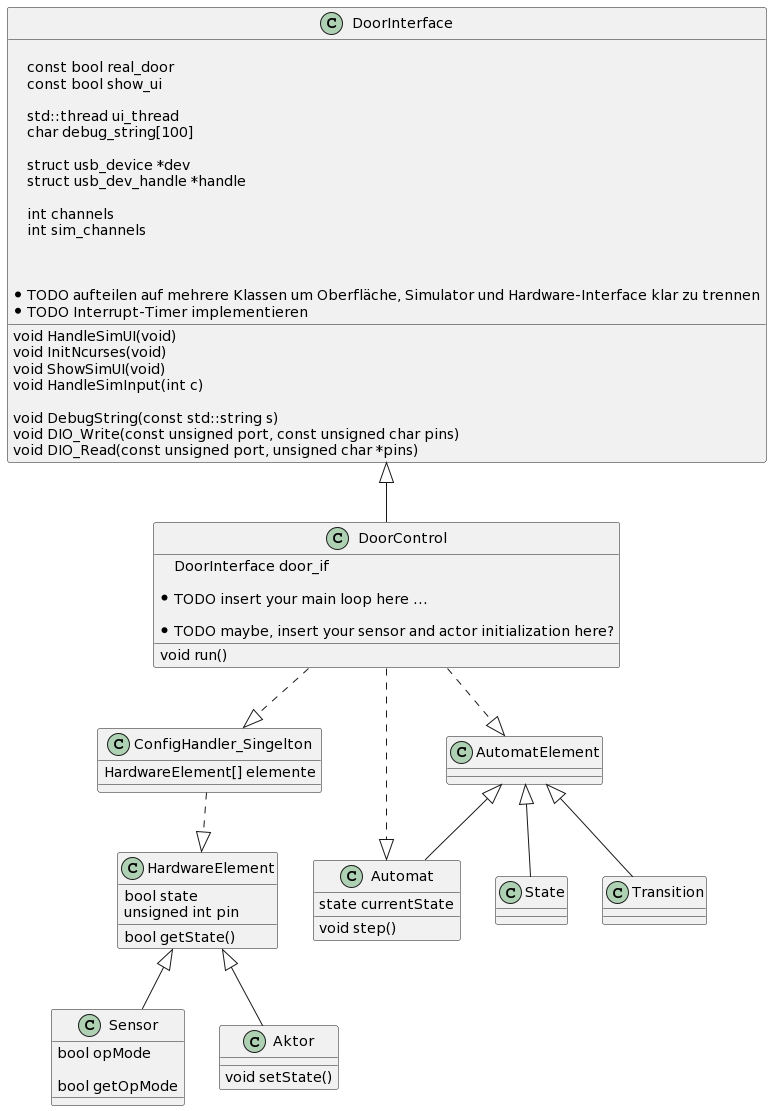
This is Workspace_ART1-Tuersteuerung_2022.05/Tuersteuerung/UML/ClassDiagram.png from duha887b/ART-1_Tuersteuerung, a PlantUML export, as it was before one commit. Source of this version:
```plantuml
@startuml
class DoorInterface{


const bool real_door
const bool show_ui

std::thread ui_thread
char debug_string[100]

struct usb_device *dev
struct usb_dev_handle *handle

int channels
int sim_channels

void HandleSimUI(void)
void InitNcurses(void)
void ShowSimUI(void)
void HandleSimInput(int c)

void DebugString(const std::string s)
void DIO_Write(const unsigned port, const unsigned char pins)
void DIO_Read(const unsigned port, unsigned char *pins)

 * TODO aufteilen auf mehrere Klassen um Oberfläche, Simulator und Hardware-Interface klar zu trennen
 * TODO Interrupt-Timer implementieren

}

class DoorControl {

DoorInterface door_if

void run()
*TODO insert your main loop here ...

*TODO maybe, insert your sensor and actor initialization here?

}
 class ConfigHandler_Singelton {

HardwareElement[] elemente


}

class HardwareElement{

bool state
unsigned int pin

bool getState()


}

class Sensor {

bool opMode

bool getOpMode

}

class Aktor{

void setState()

}


class Automat {

state currentState

void step()


}

class AutomatElement{

}

class State{

}

class Transition{

}


DoorInterface <|-- DoorControl
AutomatElement <|-- Automat
AutomatElement <|-- State
AutomatElement <|-- Transition
HardwareElement <|-- Sensor
HardwareElement <|-- Aktor

DoorControl ..|> Automat
DoorControl ..|> AutomatElement
DoorControl ..|> ConfigHandler_Singelton
ConfigHandler_Singelton ..|> HardwareElement
@enduml
```
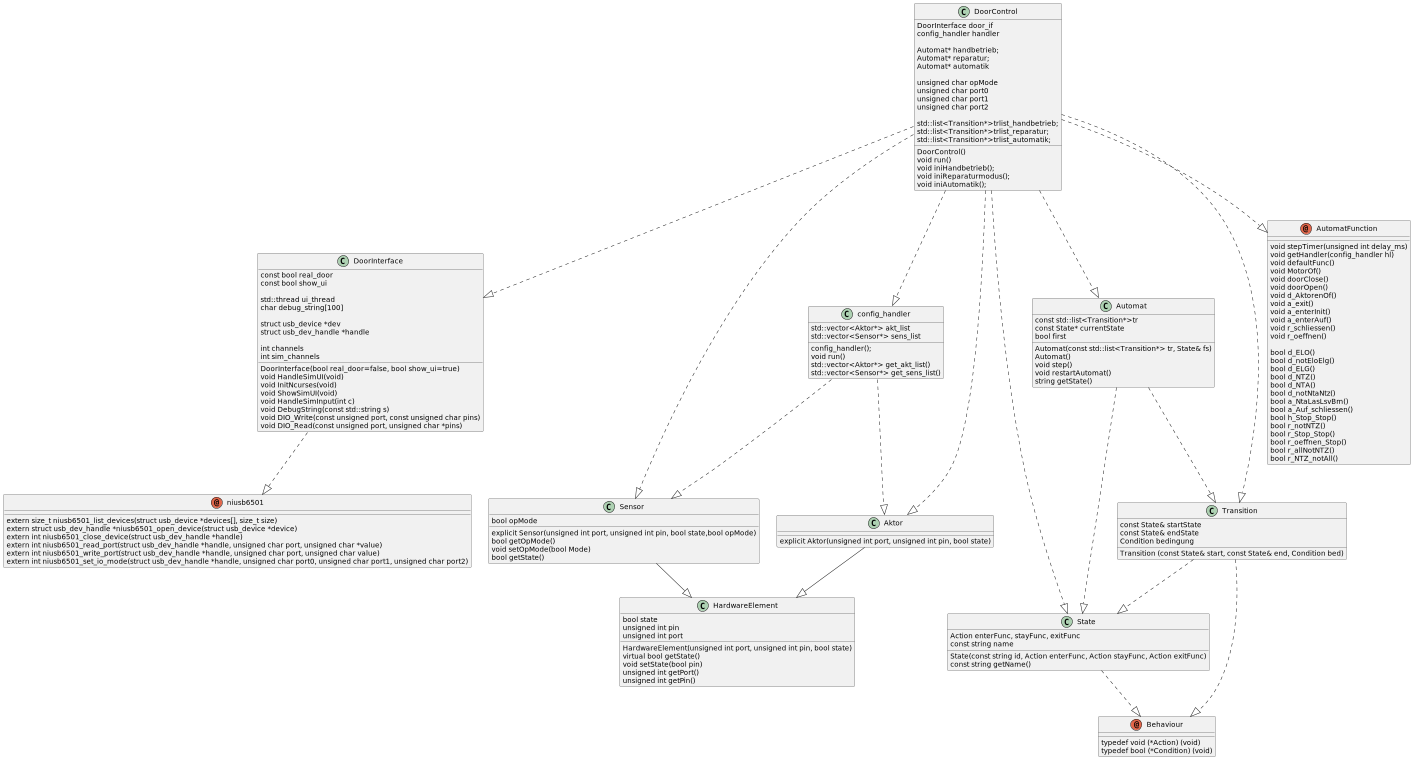
Above is the later version.

What changed in the source:
```diff
@@ -1,6 +1,5 @@
 @startuml
 class DoorInterface{
-
 
 const bool real_door
 const bool show_ui
@@ -14,33 +13,55 @@
 int channels
 int sim_channels
 
+DoorInterface(bool real_door=false, bool show_ui=true)
 void HandleSimUI(void)
 void InitNcurses(void)
 void ShowSimUI(void)
 void HandleSimInput(int c)
-
 void DebugString(const std::string s)
 void DIO_Write(const unsigned port, const unsigned char pins)
 void DIO_Read(const unsigned port, unsigned char *pins)
 
- * TODO aufteilen auf mehrere Klassen um Oberfläche, Simulator und Hardware-Interface klar zu trennen
- * TODO Interrupt-Timer implementieren
 
 }
 
 class DoorControl {
 
 DoorInterface door_if
+config_handler handler
 
+Automat* handbetrieb;
+Automat* reparatur;
+Automat* automatik
+
+unsigned char opMode
+unsigned char port0
+unsigned char port1
+unsigned char port2
+
+std::list<Transition*>trlist_handbetrieb;
+std::list<Transition*>trlist_reparatur;
+std::list<Transition*>trlist_automatik;
+
+DoorControl()
 void run()
-*TODO insert your main loop here ...
+void iniHandbetrieb();
+void iniReparaturmodus();
+void iniAutomatik();
 
-*TODO maybe, insert your sensor and actor initialization here?
 
 }
- class ConfigHandler_Singelton {
+ class config_handler {
 
-HardwareElement[] elemente
+ std::vector<Aktor*> akt_list
+ std::vector<Sensor*> sens_list
+
+
+
+ config_handler();
+ void run()
+ std::vector<Aktor*> get_akt_list()
+ std::vector<Sensor*> get_sens_list()
 
 
 }
@@ -49,8 +70,14 @@
 
 bool state
 unsigned int pin
+unsigned int port
 
-bool getState()
+
+HardwareElement(unsigned int port, unsigned int pin, bool state)
+virtual bool getState()
+void setState(bool pin)
+unsigned int getPort()
+unsigned int getPin()
 
 
 }
@@ -59,48 +86,133 @@
 
 bool opMode
 
-bool getOpMode
+explicit Sensor(unsigned int port, unsigned int pin, bool state,bool opMode)
+bool getOpMode()
+void setOpMode(bool Mode)
+bool getState()
 
 }
 
 class Aktor{
 
-void setState()
+explicit Aktor(unsigned int port, unsigned int pin, bool state)
 
 }
 
 
 class Automat {
 
-state currentState
+const std::list<Transition*>tr
+const State* currentState
+bool first
 
+Automat(const std::list<Transition*> tr, State& fs)
+Automat()
 void step()
+void restartAutomat()
+string getState()
 
 
 }
 
-class AutomatElement{
 
-}
 
 class State{
+Action enterFunc, stayFunc, exitFunc
+const string name
 
+State(const string id, Action enterFunc, Action stayFunc, Action exitFunc)
+const string getName()
 }
 
 class Transition{
 
+const State& startState
+const State& endState
+Condition bedingung
+Transition (const State& start, const State& end, Condition bed)
+
 }
 
+annotation Behaviour{
+typedef void (*Action) (void)
+typedef bool (*Condition) (void)
+}
 
-DoorInterface <|-- DoorControl
-AutomatElement <|-- Automat
-AutomatElement <|-- State
-AutomatElement <|-- Transition
-HardwareElement <|-- Sensor
-HardwareElement <|-- Aktor
+annotation AutomatFunction{
 
+void stepTimer(unsigned int delay_ms)
+void getHandler(config_handler hl)
+void defaultFunc()
+void MotorOf()
+void doorClose()
+void doorOpen()
+void d_AktorenOf()
+void a_exit()
+void a_enterInit()
+void a_enterAuf()
+void r_schliessen()
+void r_oeffnen()
+
+bool d_ELO()
+bool d_notEloElg()
+bool d_ELG()
+bool d_NTZ()
+bool d_NTA()
+bool d_notNtaNtz()
+bool a_NtaLasLsvBm()
+bool a_Auf_schliessen()
+bool h_Stop_Stop()
+bool r_notNTZ()
+bool r_Stop_Stop()
+bool r_oeffnen_Stop()
+bool r_allNotNTZ()
+bool r_NTZ_notAll()
+
+
+}
+
+annotation niusb6501{
+extern size_t niusb6501_list_devices(struct usb_device *devices[], size_t size)
+extern struct usb_dev_handle *niusb6501_open_device(struct usb_device *device)
+extern int niusb6501_close_device(struct usb_dev_handle *handle)
+extern int niusb6501_read_port(struct usb_dev_handle *handle, unsigned char port, unsigned char *value)
+extern int niusb6501_write_port(struct usb_dev_handle *handle, unsigned char port, unsigned char value)
+extern int niusb6501_set_io_mode(struct usb_dev_handle *handle, unsigned char port0, unsigned char port1, unsigned char port2)
+}
+
+DoorInterface ..|> niusb6501
+
+DoorControl ..|> DoorInterface
+DoorControl ..|> Sensor
+DoorControl ..|> Aktor
+DoorControl ..|> Transition
+DoorControl ..|> State
 DoorControl ..|> Automat
-DoorControl ..|> AutomatElement
-DoorControl ..|> ConfigHandler_Singelton
-ConfigHandler_Singelton ..|> HardwareElement
+DoorControl ..|> config_handler
+DoorControl ..|> AutomatFunction
+
+Aktor --|> HardwareElement
+Sensor --|> HardwareElement
+
+Automat ..|> Transition
+Automat ..|> State
+
+State ..|> Behaviour
+
+Transition ..|> Behaviour
+Transition ..|> State
+
+config_handler ..|> Sensor
+config_handler ..|> Aktor
+
+
+
+
+
+
+
+
+
+
 @enduml
```
